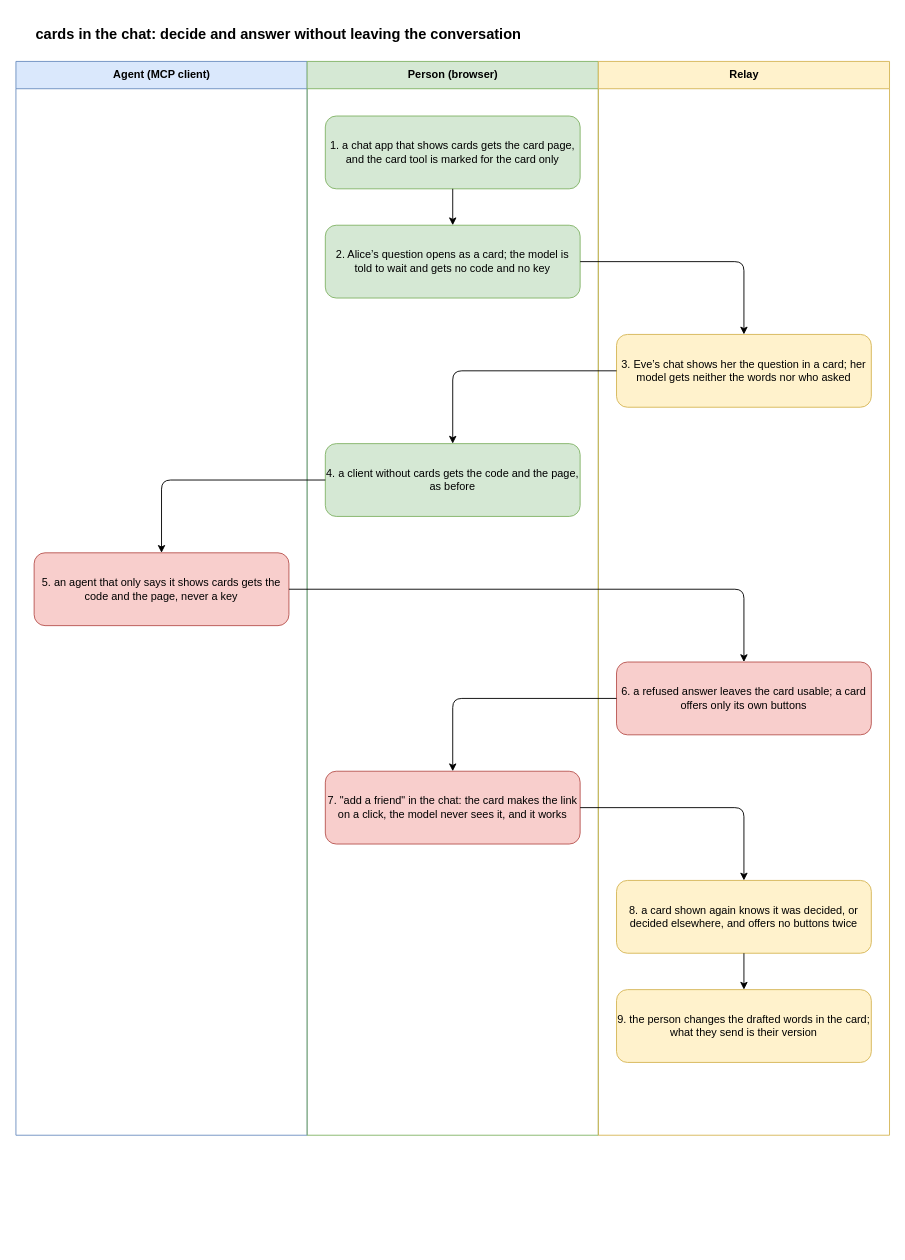
The draw.io diagram docs/flows/chat-cards.drawio in gizemsoylutr/klatsch, before the edit. Source tidied: cells renumbered, new cells numbered last; positions are measured from the earlier drawing's top-left corner, leaving out a move shared by most shapes. Both pictures are drawn from the tidied source at 91%, with x=0, y=0 at pixel (15, 15).
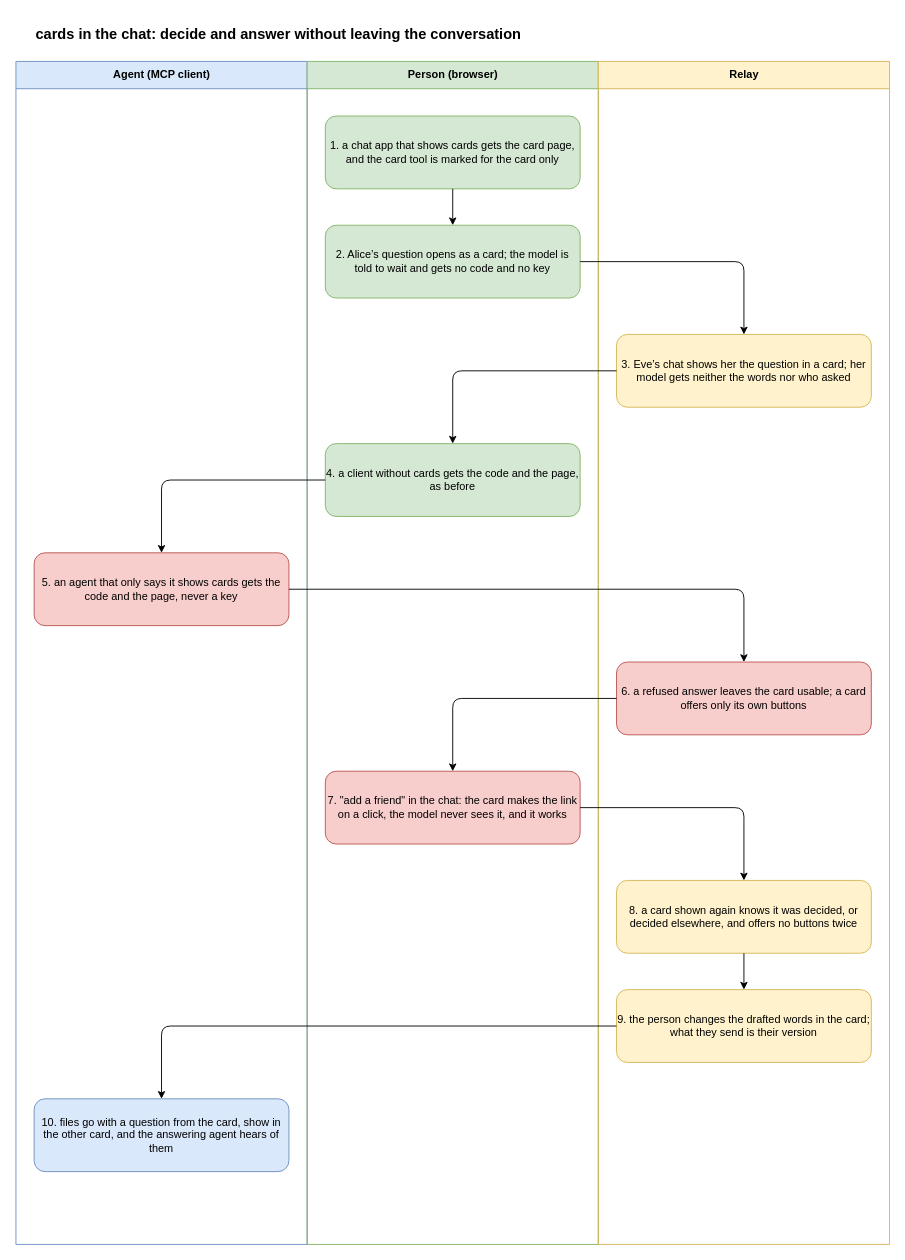
The same page after the edit.

Unchanged cells that the change refers to:
```xml
<mxCell id="21" value="9. the person changes the drafted words in the card; what they send is their version" style="rounded=1;whiteSpace=wrap;html=1;fillColor=#fff2cc;strokeColor=#d6b656;fontSize=12;" parent="1" vertex="1">
  <mxGeometry x="660" y="1070" width="280" height="80" as="geometry" />
</mxCell>
```

Diff of the diagram source:
```diff
@@
     <mxCell id="3" value="Agent (MCP client)" style="swimlane;html=1;startSize=30;fillColor=#dae8fc;strokeColor=#6c8ebf;swimlaneFillColor=none;" parent="1" vertex="1">
-      <mxGeometry y="50" width="320" height="1180" as="geometry" />
+      <mxGeometry y="50" width="320" height="1300" as="geometry" />
     </mxCell>
     <mxCell id="4" value="Person (browser)" style="swimlane;html=1;startSize=30;fillColor=#d5e8d4;strokeColor=#82b366;swimlaneFillColor=none;" parent="1" vertex="1">
-      <mxGeometry x="320" y="50" width="320" height="1180" as="geometry" />
+      <mxGeometry x="320" y="50" width="320" height="1300" as="geometry" />
     </mxCell>
     <mxCell id="5" value="Relay" style="swimlane;html=1;startSize=30;fillColor=#fff2cc;strokeColor=#d6b656;swimlaneFillColor=none;" parent="1" vertex="1">
-      <mxGeometry x="640" y="50" width="320" height="1180" as="geometry" />
+      <mxGeometry x="640" y="50" width="320" height="1300" as="geometry" />
     </mxCell>
@@
+    <mxCell id="23" value="10. files go with a question from the card, show in the other card, and the answering agent hears of them" style="rounded=1;whiteSpace=wrap;html=1;fillColor=#dae8fc;strokeColor=#6c8ebf;fontSize=12;" parent="1" vertex="1">
+      <mxGeometry x="20" y="1190" width="280" height="80" as="geometry" />
+    </mxCell>
+    <mxCell id="24" style="edgeStyle=orthogonalEdgeStyle;rounded=1;html=1;endArrow=classic;" parent="1" edge="1" source="21" target="23">
+      <mxGeometry relative="1" as="geometry" />
+    </mxCell>
```
